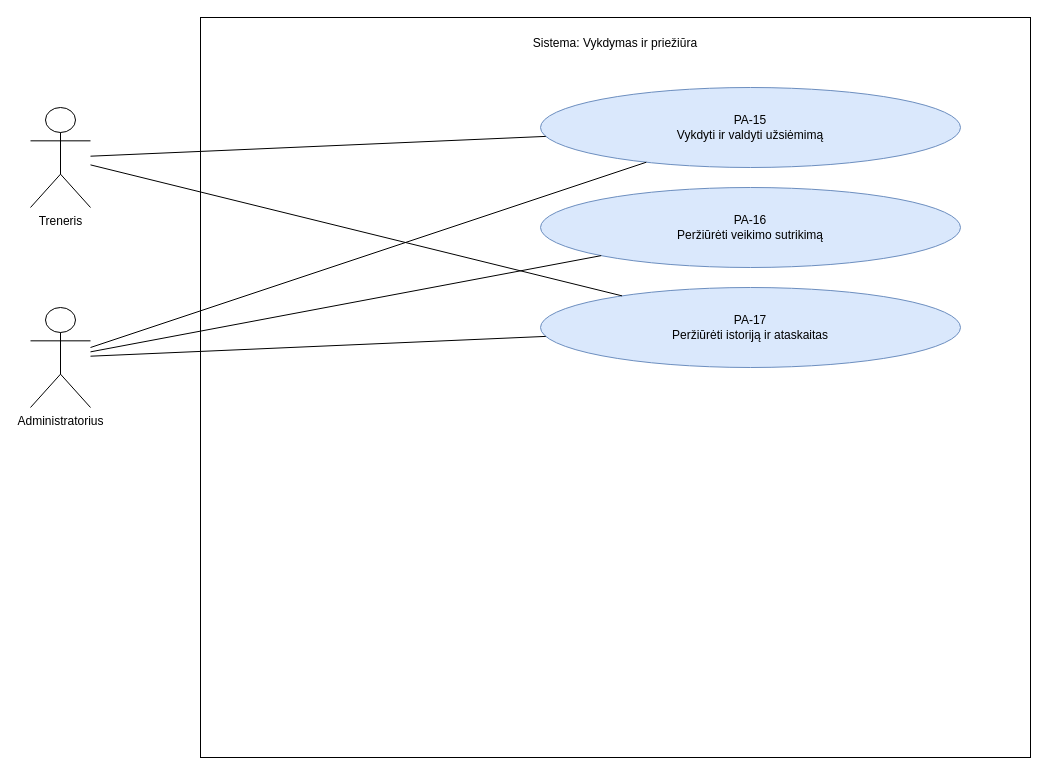
Above: page "Vykdymas ir priežiūra" (4 of 4) of OOA analizė/Panaudojimo atvejų analizė/panaudojimo_atvejai.drawio in TomasBaubllys/Programu-sistemu-inzinerija-baseinai (draw.io), before the change. Source tidied: cells renumbered, new cells numbered last; positions are measured from the earlier drawing's top-left corner, leaving out a move shared by most shapes. Both pictures are drawn from the tidied source at 100%, with x=0, y=0 at pixel (30, 17).
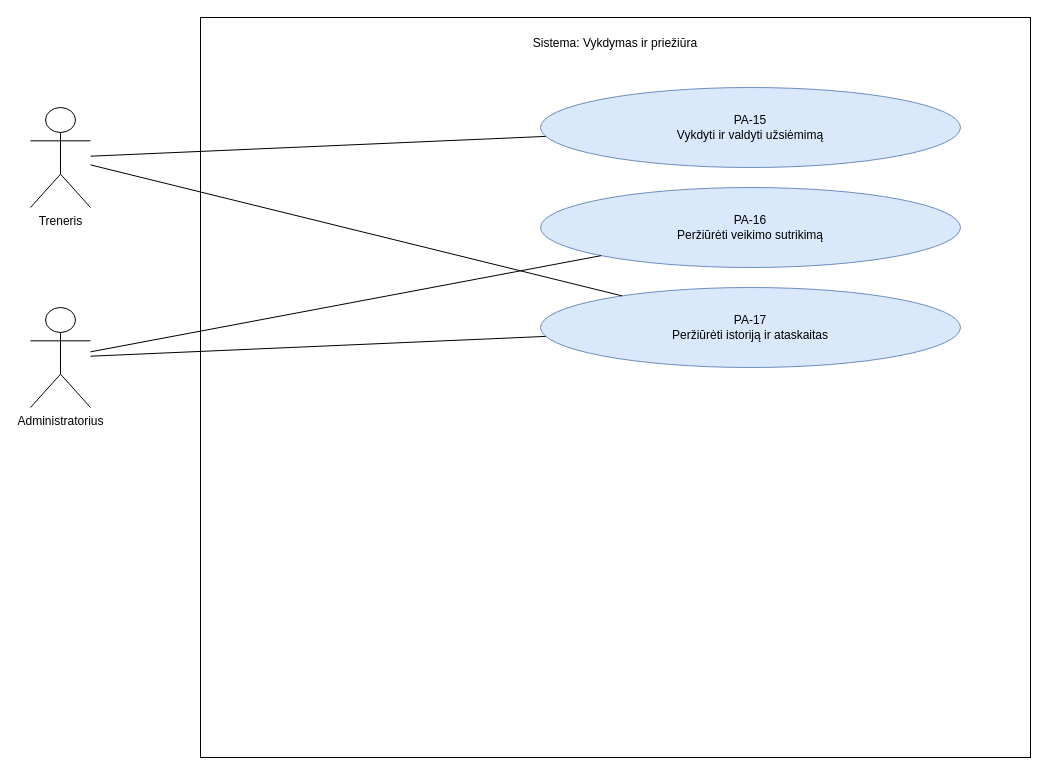
After the change.

What changed in the source:
```diff
@@
 <mxGraphModel>
   <root>
     <mxCell id="0" />
     <mxCell id="1" parent="0" />
     <mxCell id="2" value="Sistema: Vykdymas ir priežiūra" style="rounded=0;whiteSpace=wrap;html=1;verticalAlign=top;spacingTop=12;fillColor=#ffffff;" parent="1" vertex="1">
       <mxGeometry x="170" width="830" height="740" as="geometry" />
     </mxCell>
     <mxCell id="3" value="Treneris" style="shape=umlActor;verticalLabelPosition=bottom;verticalAlign=top;html=1;" parent="1" vertex="1">
       <mxGeometry y="90" width="60" height="100" as="geometry" />
     </mxCell>
     <mxCell id="4" value="Administratorius" style="shape=umlActor;verticalLabelPosition=bottom;verticalAlign=top;html=1;" parent="1" vertex="1">
       <mxGeometry y="290" width="60" height="100" as="geometry" />
     </mxCell>
     <mxCell id="5" value="PA-15&lt;br&gt;Vykdyti ir valdyti užsiėmimą" style="ellipse;whiteSpace=wrap;html=1;fillColor=#dae8fc;strokeColor=#6c8ebf;" parent="1" vertex="1">
       <mxGeometry x="510" y="70" width="420" height="80" as="geometry" />
     </mxCell>
     <mxCell id="6" style="endArrow=none;html=1;rounded=0;" parent="1" edge="1" source="3" target="5">
       <mxGeometry relative="1" as="geometry" />
     </mxCell>
-    <mxCell id="7" style="endArrow=none;html=1;rounded=0;" parent="1" edge="1" source="4" target="5">
-      <mxGeometry relative="1" as="geometry" />
-    </mxCell>
     <mxCell id="8" value="PA-16&lt;br&gt;Peržiūrėti veikimo sutrikimą" style="ellipse;whiteSpace=wrap;html=1;fillColor=#dae8fc;strokeColor=#6c8ebf;" parent="1" vertex="1">
       <mxGeometry x="510" y="170" width="420" height="80" as="geometry" />
     </mxCell>
     <mxCell id="9" style="endArrow=none;html=1;rounded=0;" parent="1" edge="1" source="4" target="8">
       <mxGeometry relative="1" as="geometry" />
     </mxCell>
     <mxCell id="10" value="PA-17&lt;br&gt;Peržiūrėti istoriją ir ataskaitas" style="ellipse;whiteSpace=wrap;html=1;fillColor=#dae8fc;strokeColor=#6c8ebf;" parent="1" vertex="1">
       <mxGeometry x="510" y="270" width="420" height="80" as="geometry" />
     </mxCell>
     <mxCell id="11" style="endArrow=none;html=1;rounded=0;" parent="1" edge="1" source="3" target="10">
       <mxGeometry relative="1" as="geometry" />
     </mxCell>
     <mxCell id="12" style="endArrow=none;html=1;rounded=0;" parent="1" edge="1" source="4" target="10">
       <mxGeometry relative="1" as="geometry" />
     </mxCell>
   </root>
 </mxGraphModel>
```
